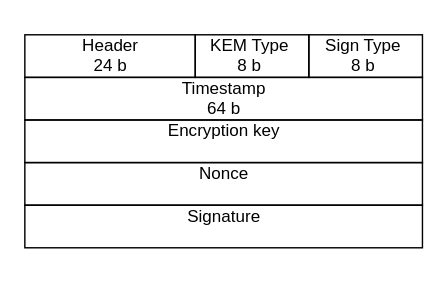
This is pictures/clientinitt.drawio from SamoKopecky/diploma-thesis-latex, a draw.io file, before an edit. Source tidied: cells renumbered, new cells numbered last; positions are measured from the earlier drawing's top-left corner, leaving out a move shared by most shapes. Both pictures are drawn from the tidied source at 142%, with x=0, y=0 at pixel (24, 24).
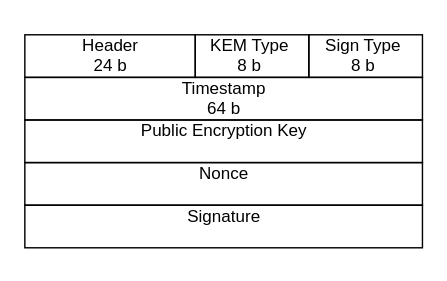
The same diagram, later.

Unchanged cells that the change refers to:
```xml
<mxCell id="17" style="group;" parent="1" vertex="1">
  <mxGeometry y="60" width="280" height="44" as="geometry" />
</mxCell>
```

What changed in the source:
```diff
@@
-    <mxCell id="19" value="&lt;span style=&quot;&quot;&gt;Encryption key&lt;br&gt;&lt;/span&gt;" style="text;html=1;align=center;verticalAlign=middle;strokeColor=none;fillColor=none;" parent="17" vertex="1">
-      <mxGeometry x="90" width="100" height="30" as="geometry" />
+    <mxCell id="19" value="&lt;span style=&quot;&quot;&gt;Public Encryption Key&lt;br&gt;&lt;/span&gt;" style="text;html=1;align=center;verticalAlign=middle;strokeColor=none;fillColor=none;" parent="17" vertex="1">
+      <mxGeometry x="70" width="140" height="30" as="geometry" />
     </mxCell>
```
